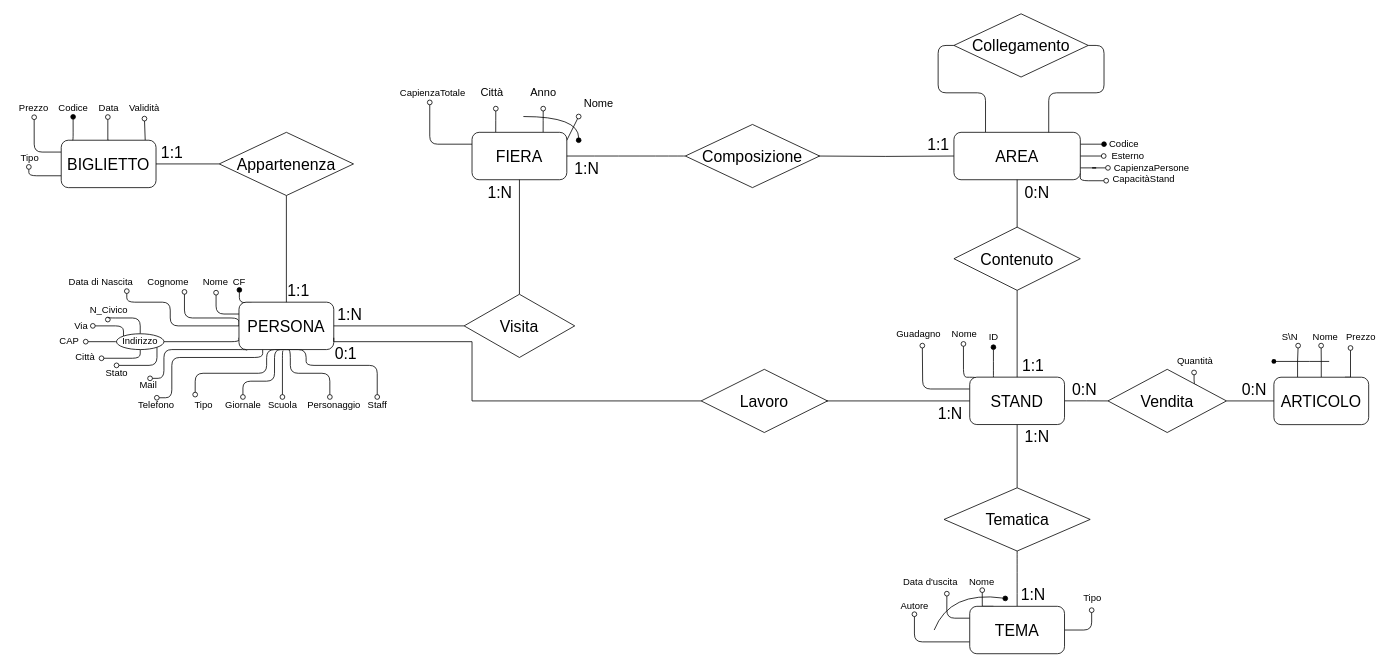
Hisukurifu24/ProgettoBasi keeps this draw.io diagram as Modello E-R Ristrutturato.drawio. Above is the earlier version. Source tidied: cells renumbered, new cells numbered last; positions are measured from the earlier drawing's top-left corner, leaving out a move shared by most shapes. Both pictures are drawn from the tidied source at 79%, with x=0, y=0 at pixel (13, 13).
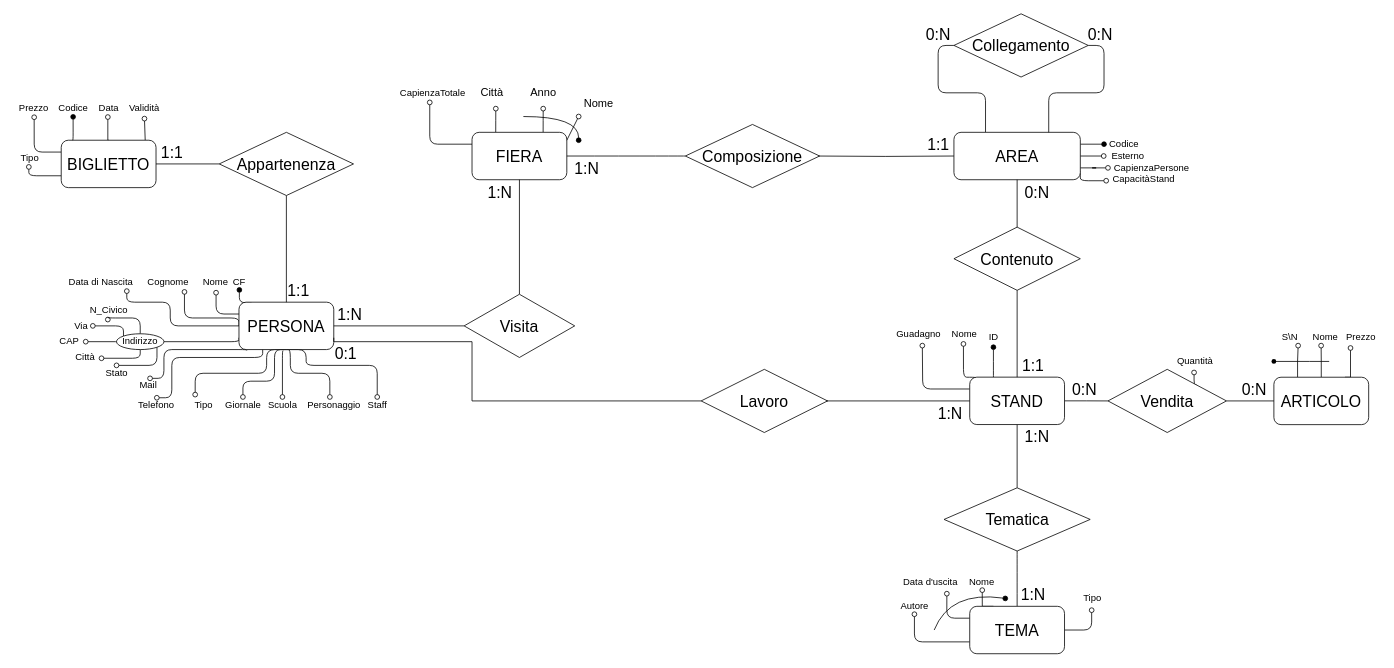
After the change.

Change to the diagram source:
```diff
@@
+    <mxCell id="133" value="0:N" style="text;html=1;align=center;verticalAlign=middle;strokeColor=none;fillColor=none;fontSize=20;" parent="1" vertex="1">
+      <mxGeometry x="1145" y="10" width="50" height="30" as="geometry" />
+    </mxCell>
+    <mxCell id="134" value="0:N" style="text;html=1;align=center;verticalAlign=middle;strokeColor=none;fillColor=none;fontSize=20;" parent="1" vertex="1">
+      <mxGeometry x="1350" y="10" width="50" height="30" as="geometry" />
+    </mxCell>
```
